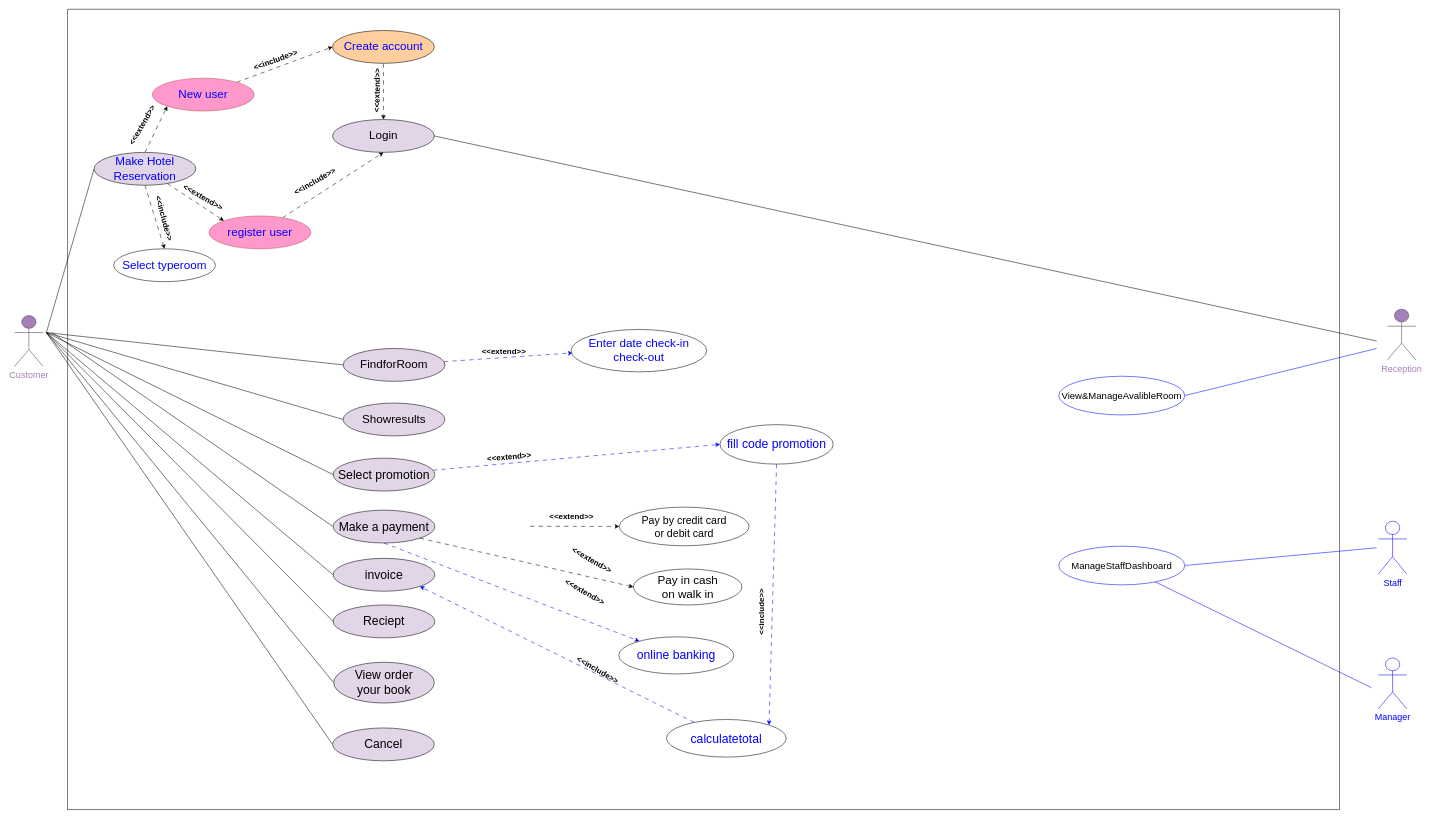
This is usecase1.drawio from Yaya25aom/bookhotel, a draw.io file, before an edit. Source tidied: cells renumbered, new cells numbered last; positions are measured from the earlier drawing's top-left corner, leaving out a move shared by most shapes. Both pictures are drawn from the tidied source at 53%, with x=0, y=0 at pixel (14, 9).
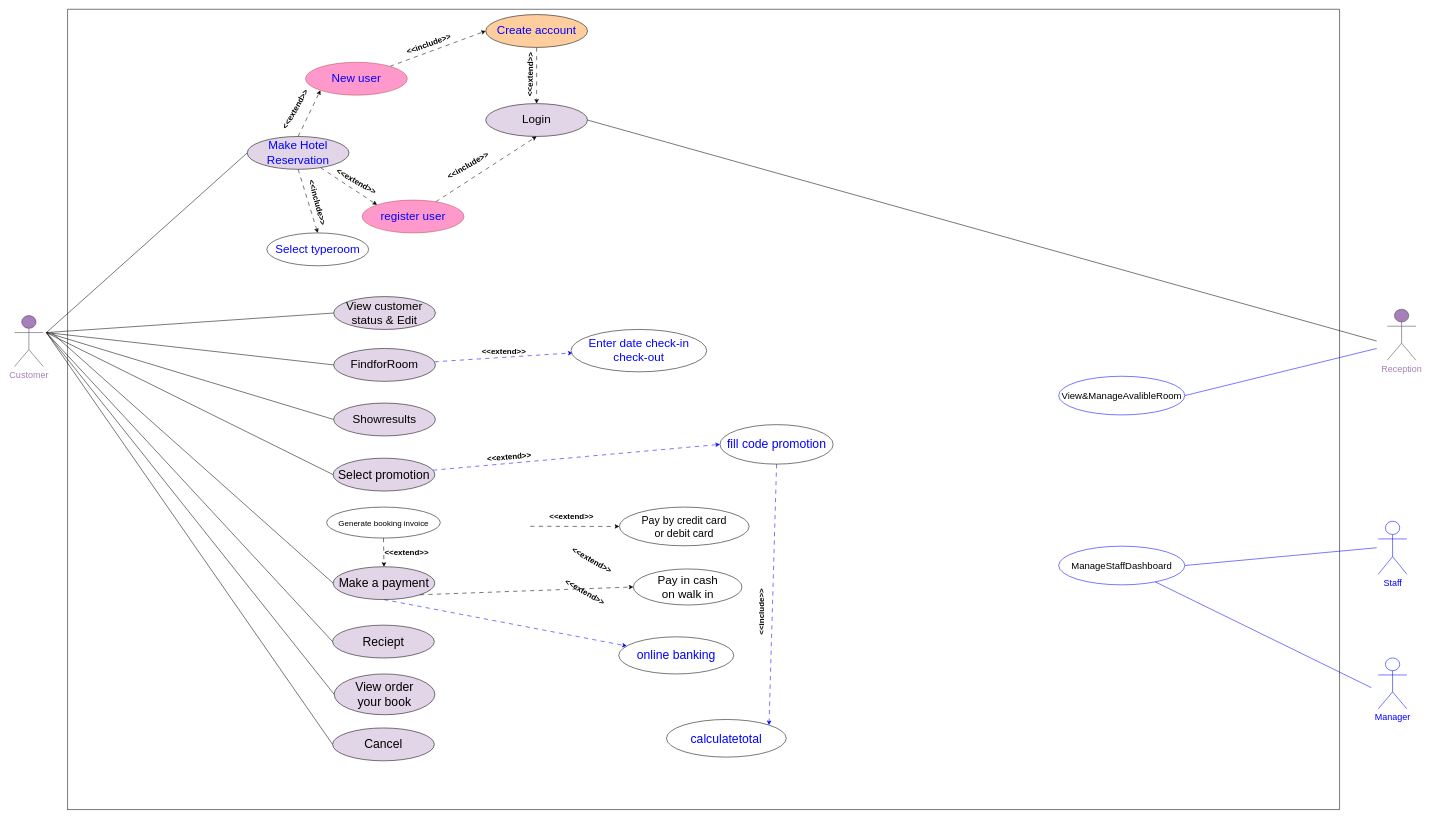
Above is the later version.

The change refers to these unchanged cells:
```xml
<mxCell id="50" value="&lt;font color=&quot;#0000ff&quot; style=&quot;font-size: 23px;&quot;&gt;calculatetotal&lt;/font&gt;" style="ellipse;whiteSpace=wrap;html=1;fillColor=#FFFFFF;" parent="1" vertex="1">
  <mxGeometry x="1230" y="1340" width="226" height="71" as="geometry" />
</mxCell>
```

Diff of the diagram source:
```diff
@@
     <mxCell id="3" value="&lt;font style=&quot;font-size: 22px;&quot;&gt;Create account&lt;/font&gt;" style="ellipse;whiteSpace=wrap;html=1;fillColor=#FFCE9F;fontColor=#0000FF;" parent="1" vertex="1">
-      <mxGeometry x="600" y="40" width="192" height="62" as="geometry" />
+      <mxGeometry x="889" y="10" width="192" height="62" as="geometry" />
     </mxCell>
     <mxCell id="4" value="&lt;font style=&quot;font-size: 22px;&quot;&gt;Login&lt;/font&gt;" style="ellipse;whiteSpace=wrap;html=1;fillColor=#E1D5E7;" parent="1" vertex="1">
-      <mxGeometry x="600" y="208" width="192" height="62" as="geometry" />
+      <mxGeometry x="889" y="178" width="192" height="62" as="geometry" />
     </mxCell>
@@
     <mxCell id="11" value="&lt;font style=&quot;font-size: 22px;&quot;&gt;Make Hotel Reservation&lt;/font&gt;" style="ellipse;whiteSpace=wrap;html=1;fillColor=#E1D5E7;fontColor=#0000FF;" parent="1" vertex="1">
-      <mxGeometry x="150" y="270" width="192" height="62" as="geometry" />
+      <mxGeometry x="439" y="240" width="192" height="62" as="geometry" />
     </mxCell>
@@
     <mxCell id="14" value="&lt;font style=&quot;font-size: 22px;&quot;&gt;FindforRoom&lt;/font&gt;" style="ellipse;whiteSpace=wrap;html=1;fillColor=#E1D5E7;" parent="1" vertex="1">
-      <mxGeometry x="620" y="640" width="192" height="62" as="geometry" />
+      <mxGeometry x="602" y="640" width="192" height="62" as="geometry" />
     </mxCell>
@@
     <mxCell id="18" value="&lt;font style=&quot;font-size: 23px;&quot;&gt;Make a payment&lt;/font&gt;" style="ellipse;whiteSpace=wrap;html=1;fillColor=#E1D5E7;" parent="1" vertex="1">
-      <mxGeometry x="601" y="945" width="192" height="62" as="geometry" />
+      <mxGeometry x="601" y="1051.8" width="192" height="62" as="geometry" />
     </mxCell>
@@
     <mxCell id="20" value="&lt;font style=&quot;font-size: 23px;&quot;&gt;View order&lt;br&gt;your book&lt;/font&gt;" style="ellipse;whiteSpace=wrap;html=1;fillColor=#E1D5E7;" parent="1" vertex="1">
-      <mxGeometry x="602" y="1232" width="190" height="77" as="geometry" />
+      <mxGeometry x="603" y="1254.1" width="190" height="77" as="geometry" />
     </mxCell>
-    <mxCell id="21" style="edgeStyle=none;shape=connector;rounded=0;jettySize=auto;html=1;exitX=0;exitY=0.5;exitDx=0;exitDy=0;labelBackgroundColor=default;fontFamily=Helvetica;fontSize=11;fontColor=default;endArrow=none;endFill=0;" parent="1" edge="1" source="22">
-      <mxGeometry relative="1" as="geometry">
-        <mxPoint x="60" y="610" as="targetPoint" />
-      </mxGeometry>
-    </mxCell>
-    <mxCell id="22" value="&lt;font style=&quot;font-size: 23px;&quot;&gt;invoice&lt;/font&gt;" style="ellipse;whiteSpace=wrap;html=1;fillColor=#E1D5E7;" parent="1" vertex="1">
-      <mxGeometry x="601" y="1036" width="192" height="62" as="geometry" />
-    </mxCell>
@@
     <mxCell id="25" value="&lt;font color=&quot;#0000ff&quot; style=&quot;font-size: 22px;&quot;&gt;Select typeroom&lt;/font&gt;" style="ellipse;whiteSpace=wrap;html=1;" parent="1" vertex="1">
-      <mxGeometry x="187" y="452" width="192" height="62" as="geometry" />
+      <mxGeometry x="476" y="422" width="192" height="62" as="geometry" />
     </mxCell>
@@
     <mxCell id="45" value="&lt;span style=&quot;font-size: 23px;&quot;&gt;Reciept&lt;/span&gt;" style="ellipse;whiteSpace=wrap;html=1;fillColor=#E1D5E7;" parent="1" vertex="1">
-      <mxGeometry x="601" y="1124" width="192" height="62" as="geometry" />
+      <mxGeometry x="600" y="1162" width="192" height="62" as="geometry" />
     </mxCell>
@@
-    <mxCell id="49" style="rounded=0;jettySize=auto;html=1;entryX=1;entryY=1;entryDx=0;entryDy=0;dashed=1;dashPattern=8 8;strokeColor=#0000FF;" parent="1" edge="1" source="50" target="22">
-      <mxGeometry relative="1" as="geometry" />
-    </mxCell>
@@
-    <mxCell id="51" value="&lt;span style=&quot;font-size: 15px;&quot;&gt;&lt;b&gt;&amp;lt;&amp;lt;include&amp;gt;&amp;gt;&lt;/b&gt;&lt;/span&gt;" style="text;html=1;strokeColor=none;fillColor=none;align=center;verticalAlign=middle;whiteSpace=wrap;rounded=0;fontSize=11;fontFamily=Helvetica;fontColor=default;rotation=30;" parent="1" vertex="1">
-      <mxGeometry x="1050" y="1233" width="101.6" height="25.8" as="geometry" />
-    </mxCell>
@@
     <mxCell id="59" value="&lt;font style=&quot;font-size: 22px;&quot;&gt;Showresults&lt;/font&gt;" style="ellipse;whiteSpace=wrap;html=1;fillColor=#E1D5E7;" parent="1" vertex="1">
-      <mxGeometry x="620" y="743" width="192" height="62" as="geometry" />
+      <mxGeometry x="602" y="743" width="192" height="62" as="geometry" />
     </mxCell>
@@
     <mxCell id="61" value="&lt;font style=&quot;font-size: 22px;&quot;&gt;New user&lt;/font&gt;" style="ellipse;whiteSpace=wrap;html=1;fillColor=#FF99CC;strokeColor=#b85450;fontColor=#0000FF;" parent="1" vertex="1">
-      <mxGeometry x="260" y="130" width="192" height="62" as="geometry" />
+      <mxGeometry x="549" y="100" width="192" height="62" as="geometry" />
     </mxCell>
@@
     <mxCell id="63" value="&lt;font style=&quot;font-size: 22px;&quot;&gt;register user&lt;/font&gt;" style="ellipse;whiteSpace=wrap;html=1;fillColor=#FF99CC;strokeColor=#b85450;fontColor=#0000FF;" parent="1" vertex="1">
-      <mxGeometry x="366.9" y="390" width="192" height="62" as="geometry" />
+      <mxGeometry x="655.9" y="360" width="192" height="62" as="geometry" />
     </mxCell>
     <mxCell id="64" value="&lt;span style=&quot;font-size: 15px;&quot;&gt;&lt;b&gt;&amp;lt;&amp;lt;extend&amp;gt;&amp;gt;&lt;/b&gt;&lt;/span&gt;" style="text;html=1;strokeColor=none;fillColor=none;align=center;verticalAlign=middle;whiteSpace=wrap;rounded=0;fontSize=11;fontFamily=Helvetica;fontColor=default;rotation=-60;" parent="1" vertex="1">
-      <mxGeometry x="187" y="204" width="106.9" height="28.2" as="geometry" />
+      <mxGeometry x="476" y="174" width="106.9" height="28.2" as="geometry" />
     </mxCell>
     <mxCell id="65" value="&lt;span style=&quot;font-size: 15px;&quot;&gt;&lt;b&gt;&amp;lt;&amp;lt;extend&amp;gt;&amp;gt;&lt;/b&gt;&lt;/span&gt;" style="text;html=1;strokeColor=none;fillColor=none;align=center;verticalAlign=middle;whiteSpace=wrap;rounded=0;fontSize=11;fontFamily=Helvetica;fontColor=default;rotation=30;" parent="1" vertex="1">
-      <mxGeometry x="302.6" y="340" width="106.9" height="28.2" as="geometry" />
+      <mxGeometry x="591.6" y="310" width="106.9" height="28.2" as="geometry" />
     </mxCell>
     <mxCell id="66" value="&lt;span style=&quot;font-size: 15px;&quot;&gt;&lt;b&gt;&amp;lt;&amp;lt;include&amp;gt;&amp;gt;&lt;/b&gt;&lt;/span&gt;" style="text;html=1;strokeColor=none;fillColor=none;align=center;verticalAlign=middle;whiteSpace=wrap;rounded=0;fontSize=11;fontFamily=Helvetica;fontColor=default;rotation=-20;" parent="1" vertex="1">
-      <mxGeometry x="439" y="80.8" width="106.9" height="28.2" as="geometry" />
+      <mxGeometry x="728" y="50.8" width="106.9" height="28.2" as="geometry" />
     </mxCell>
     <mxCell id="67" value="&lt;span style=&quot;font-size: 15px;&quot;&gt;&lt;b&gt;&amp;lt;&amp;lt;include&amp;gt;&amp;gt;&lt;/b&gt;&lt;/span&gt;" style="text;html=1;strokeColor=none;fillColor=none;align=center;verticalAlign=middle;whiteSpace=wrap;rounded=0;fontSize=11;fontFamily=Helvetica;fontColor=default;rotation=-30;" parent="1" vertex="1">
-      <mxGeometry x="513.1" y="310" width="106.9" height="28.2" as="geometry" />
+      <mxGeometry x="802.1" y="280" width="106.9" height="28.2" as="geometry" />
     </mxCell>
     <mxCell id="68" value="&lt;span style=&quot;font-size: 15px;&quot;&gt;&lt;b&gt;&amp;lt;&amp;lt;extend&amp;gt;&amp;gt;&lt;/b&gt;&lt;/span&gt;" style="text;html=1;strokeColor=none;fillColor=none;align=center;verticalAlign=middle;whiteSpace=wrap;rounded=0;fontSize=11;fontFamily=Helvetica;fontColor=default;rotation=-89;" parent="1" vertex="1">
-      <mxGeometry x="630" y="138.9" width="106.9" height="28.2" as="geometry" />
+      <mxGeometry x="919" y="108.9" width="106.9" height="28.2" as="geometry" />
     </mxCell>
@@
     <mxCell id="70" value="&lt;span style=&quot;font-size: 15px;&quot;&gt;&lt;b&gt;&amp;lt;&amp;lt;include&amp;gt;&amp;gt;&lt;/b&gt;&lt;/span&gt;" style="text;html=1;strokeColor=none;fillColor=none;align=center;verticalAlign=middle;whiteSpace=wrap;rounded=0;fontSize=11;fontFamily=Helvetica;fontColor=default;rotation=75;" parent="1" vertex="1">
-      <mxGeometry x="229.6" y="380" width="106.9" height="28.2" as="geometry" />
+      <mxGeometry x="518.6" y="350" width="106.9" height="28.2" as="geometry" />
     </mxCell>
+    <mxCell id="71" style="endArrow=none;html=1;rounded=0;entryX=0;entryY=0.5;entryDx=0;entryDy=0;" parent="1" edge="1" target="72">
+      <mxGeometry relative="1" as="geometry">
+        <mxPoint x="60" y="610" as="sourcePoint" />
+      </mxGeometry>
+    </mxCell>
+    <mxCell id="72" value="&lt;font style=&quot;font-size: 22px;&quot;&gt;View customer status &amp;amp; Edit&lt;/font&gt;" style="ellipse;whiteSpace=wrap;html=1;fillColor=#E1D5E7;" parent="1" vertex="1">
+      <mxGeometry x="602" y="542.1" width="192" height="62" as="geometry" />
+    </mxCell>
+    <mxCell id="73" value="&lt;font style=&quot;font-size: 15px;&quot;&gt;Generate booking invoice&lt;/font&gt;" style="ellipse;whiteSpace=wrap;html=1;" parent="1" vertex="1">
+      <mxGeometry x="588.8" y="939.3" width="214.5" height="58.4" as="geometry" />
+    </mxCell>
+    <mxCell id="74" style="edgeStyle=none;shape=connector;rounded=0;jettySize=auto;html=1;exitX=0.5;exitY=1;exitDx=0;exitDy=0;labelBackgroundColor=default;fontFamily=Helvetica;fontSize=11;fontColor=default;endArrow=classic;endFill=1;dashed=1;dashPattern=8 8;entryX=0.5;entryY=0;entryDx=0;entryDy=0;" parent="1" edge="1" source="73" target="18">
+      <mxGeometry relative="1" as="geometry" />
+    </mxCell>
+    <mxCell id="75" value="&lt;span style=&quot;font-size: 15px;&quot;&gt;&lt;b&gt;&amp;lt;&amp;lt;extend&amp;gt;&amp;gt;&lt;/b&gt;&lt;/span&gt;" style="text;html=1;strokeColor=none;fillColor=none;align=center;verticalAlign=middle;whiteSpace=wrap;rounded=0;fontSize=11;fontFamily=Helvetica;fontColor=default;rotation=0;" parent="1" vertex="1">
+      <mxGeometry x="710" y="1013" width="60" height="23.3" as="geometry" />
+    </mxCell>
```
